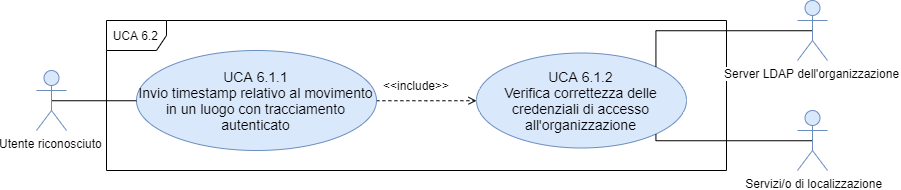
This is DocumentazioneEsterna/AnalisiRequisiti/sezioni/UseCase/Immagini/UCA6.2.png from qb-team/Stalker-Documentazione, a draw.io export, as it was before one commit. Source tidied: cells renumbered, new cells last; positions are measured from the earlier drawing's top-left corner, leaving out a move shared by most shapes.
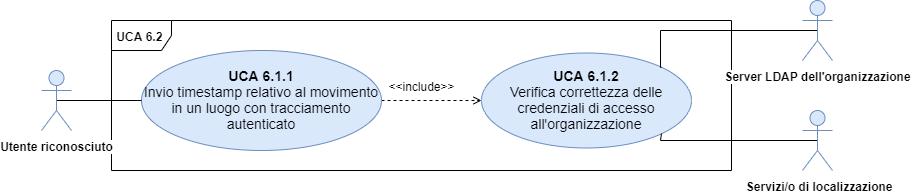
After the commit.

Diff of the diagram source:
```diff
@@ -2,22 +2,22 @@
   <root>
     <mxCell id="0" />
     <mxCell id="1" parent="0" />
-    <mxCell id="2" value="UCA 6.2&amp;nbsp;" style="shape=umlFrame;whiteSpace=wrap;html=1;" parent="1" vertex="1">
+    <mxCell id="2" value="&lt;b&gt;UCA 6.2&amp;nbsp;&lt;/b&gt;" style="shape=umlFrame;whiteSpace=wrap;html=1;" parent="1" vertex="1">
       <mxGeometry x="70" y="20" width="620" height="150" as="geometry" />
     </mxCell>
     <mxCell id="3" style="edgeStyle=orthogonalEdgeStyle;rounded=0;jettySize=auto;html=1;exitX=1;exitY=0.5;exitDx=0;exitDy=0;endArrow=open;endFill=0;dashed=1;" parent="1" edge="1" source="4" target="5">
       <mxGeometry relative="1" as="geometry" />
     </mxCell>
-    <mxCell id="4" value="&lt;font style=&quot;font-size: 14px&quot;&gt;UCA 6.1.1&lt;br&gt;Invio timestamp relativo al movimento in un luogo con tracciamento autenticato&lt;/font&gt;" style="ellipse;whiteSpace=wrap;html=1;fillColor=#dae8fc;strokeColor=#6c8ebf;" parent="1" vertex="1">
+    <mxCell id="4" value="&lt;font style=&quot;font-size: 14px&quot;&gt;&lt;b&gt;UCA 6.1.1&lt;br&gt;&lt;/b&gt;Invio timestamp relativo al movimento in un luogo con tracciamento autenticato&lt;/font&gt;" style="ellipse;whiteSpace=wrap;html=1;fillColor=#dae8fc;strokeColor=#6c8ebf;" parent="1" vertex="1">
       <mxGeometry x="100" y="50" width="240" height="100" as="geometry" />
     </mxCell>
-    <mxCell id="5" value="&lt;span style=&quot;font-size: 14px&quot;&gt;UCA 6.1.2&lt;br&gt;Verifica correttezza delle credenziali di accesso all'organizzazione&lt;/span&gt;" style="ellipse;whiteSpace=wrap;html=1;fillColor=#dae8fc;strokeColor=#6c8ebf;" parent="1" vertex="1">
+    <mxCell id="5" value="&lt;span style=&quot;font-size: 14px&quot;&gt;&lt;b&gt;UCA 6.1.2&lt;br&gt;&lt;/b&gt;Verifica correttezza delle credenziali di accesso all'organizzazione&lt;/span&gt;" style="ellipse;whiteSpace=wrap;html=1;fillColor=#dae8fc;strokeColor=#6c8ebf;" parent="1" vertex="1">
       <mxGeometry x="440" y="52.5" width="210" height="95" as="geometry" />
     </mxCell>
     <mxCell id="6" style="edgeStyle=orthogonalEdgeStyle;rounded=0;jettySize=auto;html=1;entryX=0;entryY=0.5;entryDx=0;entryDy=0;endArrow=none;endFill=0;exitX=0.5;exitY=0.5;exitDx=0;exitDy=0;exitPerimeter=0;" parent="1" edge="1" source="7" target="4">
       <mxGeometry relative="1" as="geometry" />
     </mxCell>
-    <mxCell id="7" value="Utente riconosciuto" style="shape=umlActor;verticalLabelPosition=bottom;labelBackgroundColor=#ffffff;verticalAlign=top;html=1;outlineConnect=0;fillColor=#dae8fc;strokeColor=#6c8ebf;" parent="1" vertex="1">
+    <mxCell id="7" value="&lt;b&gt;Utente riconosciuto&lt;/b&gt;" style="shape=umlActor;verticalLabelPosition=bottom;labelBackgroundColor=#ffffff;verticalAlign=top;html=1;outlineConnect=0;fillColor=#dae8fc;strokeColor=#6c8ebf;" parent="1" vertex="1">
       <mxGeometry y="70" width="30" height="60" as="geometry" />
     </mxCell>
     <mxCell id="8" value="&amp;lt;&amp;lt;include&amp;gt;&amp;gt;" style="text;html=1;align=center;verticalAlign=middle;" parent="1" vertex="1">
@@ -37,10 +37,10 @@
         </Array>
       </mxGeometry>
     </mxCell>
-    <mxCell id="11" value="&amp;nbsp;Servizi/o di localizzazione" style="shape=umlActor;verticalLabelPosition=bottom;labelBackgroundColor=#ffffff;verticalAlign=top;html=1;outlineConnect=0;fillColor=#dae8fc;strokeColor=#6c8ebf;" parent="1" vertex="1">
+    <mxCell id="11" value="&lt;b&gt;&amp;nbsp;Servizi/o di localizzazione&lt;/b&gt;" style="shape=umlActor;verticalLabelPosition=bottom;labelBackgroundColor=#ffffff;verticalAlign=top;html=1;outlineConnect=0;fillColor=#dae8fc;strokeColor=#6c8ebf;" parent="1" vertex="1">
       <mxGeometry x="761" y="110" width="30" height="60" as="geometry" />
     </mxCell>
-    <mxCell id="12" value="Server LDAP dell'organizzazione" style="shape=umlActor;verticalLabelPosition=bottom;labelBackgroundColor=#ffffff;verticalAlign=top;html=1;outlineConnect=0;fillColor=#dae8fc;strokeColor=#6c8ebf;" parent="1" vertex="1">
+    <mxCell id="12" value="&lt;b&gt;Server LDAP dell'organizzazione&lt;/b&gt;" style="shape=umlActor;verticalLabelPosition=bottom;labelBackgroundColor=#ffffff;verticalAlign=top;html=1;outlineConnect=0;fillColor=#dae8fc;strokeColor=#6c8ebf;" parent="1" vertex="1">
       <mxGeometry x="761" width="30" height="60" as="geometry" />
     </mxCell>
   </root>
```
